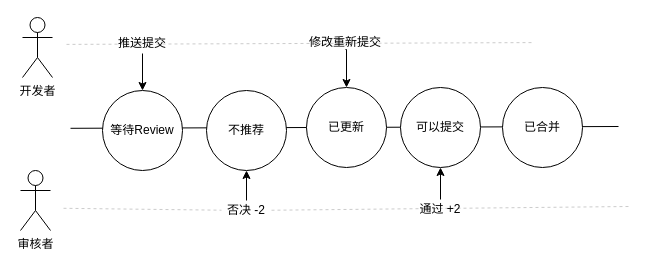
Before: gerrit.drawio in carney520/notepad, a draw.io diagram. Source tidied: cells renumbered, new cells numbered last; positions are measured from the earlier drawing's top-left corner, leaving out a move shared by most shapes. Both pictures are drawn from the tidied source at 100%, with x=0, y=0 at pixel (20, 17).
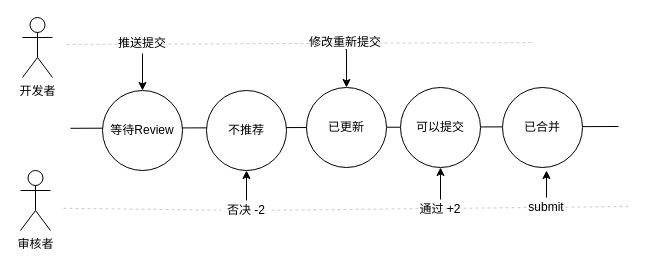
The same page after the edit.

Diff of the diagram source:
```diff
@@
+    <mxCell id="21" style="edgeStyle=orthogonalEdgeStyle;rounded=0;jettySize=auto;html=1;exitX=0.5;exitY=0;exitDx=0;exitDy=0;strokeColor=#000000;" parent="1" edge="1" source="22">
+      <mxGeometry relative="1" as="geometry">
+        <mxPoint x="526" y="153" as="targetPoint" />
+      </mxGeometry>
+    </mxCell>
+    <mxCell id="22" value="submit" style="text;html=1;strokeColor=none;fillColor=none;align=center;verticalAlign=middle;whiteSpace=wrap;rounded=0;" parent="1" vertex="1">
+      <mxGeometry x="501" y="180" width="50" height="20" as="geometry" />
+    </mxCell>
```
